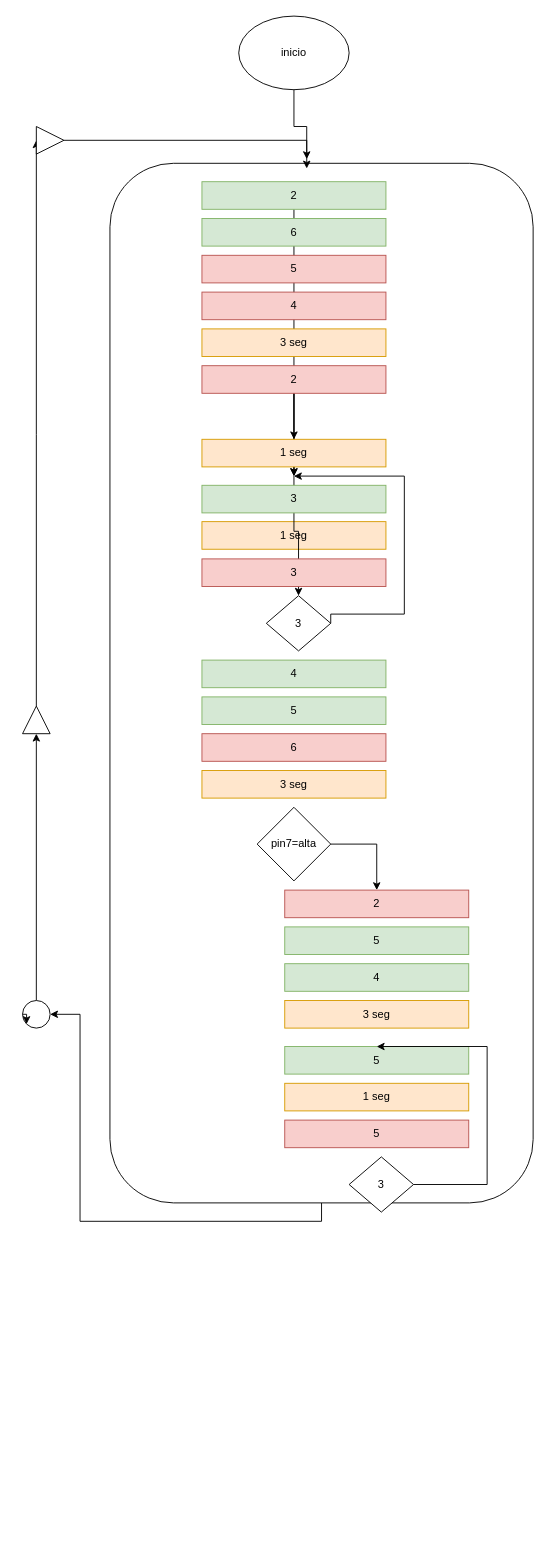
The draw.io diagram trabajo3.drawio in ebruschi/Abi, before the edit. Source tidied: cells renumbered, new cells numbered last; positions are measured from the earlier drawing's top-left corner, leaving out a move shared by most shapes. Both pictures are drawn from the tidied source at 92%, with x=0, y=0 at pixel (22, 16).
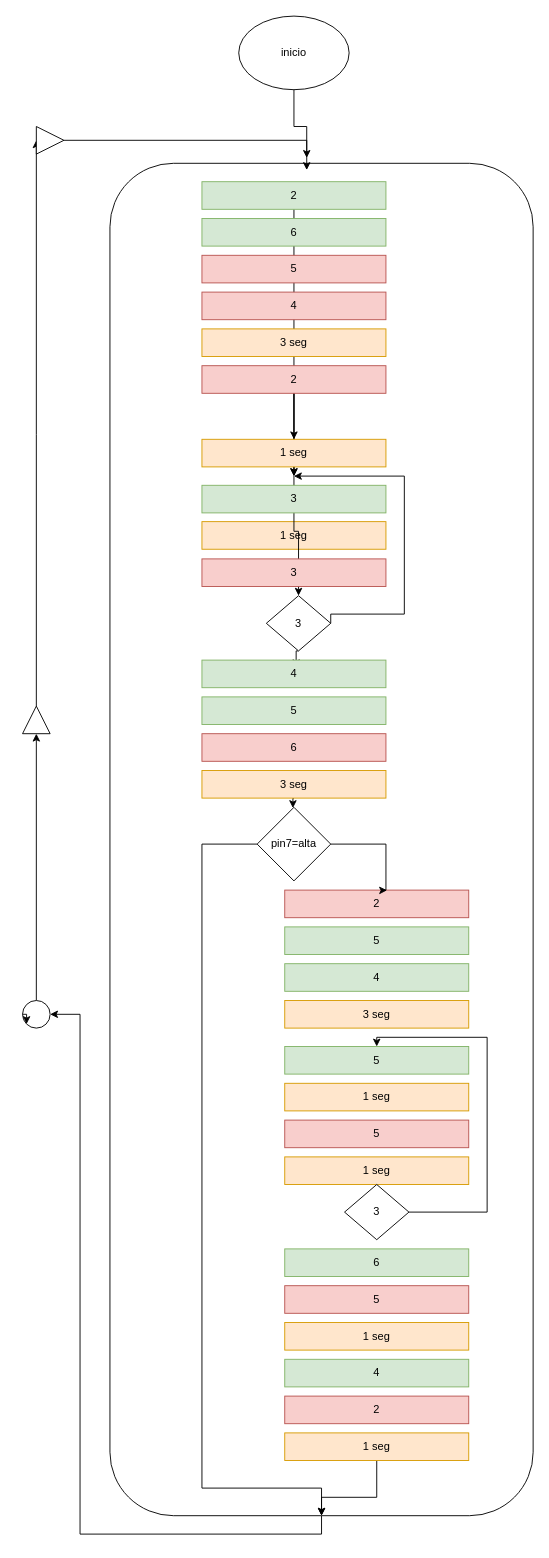
After the change.

Unchanged cells that the change refers to:
```xml
<mxCell id="22" value="3" style="rhombus;whiteSpace=wrap;html=1;" parent="1" vertex="1">
  <mxGeometry x="265" y="630" width="70" height="60" as="geometry" />
</mxCell>
<mxCell id="32" value="3 seg" style="rounded=0;whiteSpace=wrap;html=1;fillColor=#ffe6cc;strokeColor=#d79b00;" parent="1" vertex="1">
  <mxGeometry x="195" y="820" width="200" height="30" as="geometry" />
</mxCell>
<mxCell id="34" value="pin7=alta" style="rhombus;whiteSpace=wrap;html=1;" parent="1" vertex="1">
  <mxGeometry x="255" y="860" width="80" height="80" as="geometry" />
</mxCell>
<mxCell id="35" value="2" style="rounded=0;whiteSpace=wrap;html=1;fillColor=#f8cecc;strokeColor=#b85450;" parent="1" vertex="1">
  <mxGeometry x="285" y="950" width="200" height="30" as="geometry" />
</mxCell>
```

What changed in the source:
```diff
@@
     <mxCell id="4" style="rounded=1;whiteSpace=wrap;html=1;" parent="1" vertex="1">
-      <mxGeometry x="95" y="160" width="460" height="1130" as="geometry" />
+      <mxGeometry x="95" y="160" width="460" height="1470" as="geometry" />
     </mxCell>
@@
+    <mxCell id="44" style="edgeStyle=orthogonalEdgeStyle;rounded=0;jettySize=auto;html=1;exitX=0.5;exitY=1;exitDx=0;exitDy=0;" parent="1" edge="1" source="22">
+      <mxGeometry relative="1" as="geometry">
+        <mxPoint x="297.4" y="707.8" as="targetPoint" />
+      </mxGeometry>
+    </mxCell>
@@
+    <mxCell id="45" style="edgeStyle=orthogonalEdgeStyle;rounded=0;jettySize=auto;html=1;exitX=0.5;exitY=1;exitDx=0;exitDy=0;" parent="1" edge="1" source="32">
+      <mxGeometry relative="1" as="geometry">
+        <mxPoint x="293.9" y="860.8" as="targetPoint" />
+      </mxGeometry>
+    </mxCell>
@@
-    <mxCell id="33" style="edgeStyle=orthogonalEdgeStyle;rounded=0;jettySize=auto;html=1;exitX=1;exitY=0.5;exitDx=0;exitDy=0;exitPerimeter=0;" parent="1" edge="1" source="34" target="35">
-      <mxGeometry relative="1" as="geometry">
-        <Array as="points">
-          <mxPoint x="385" y="900" />
-        </Array>
-      </mxGeometry>
-    </mxCell>
+    <mxCell id="46" style="edgeStyle=orthogonalEdgeStyle;rounded=0;jettySize=auto;html=1;entryX=0.5;entryY=1;entryDx=0;entryDy=0;" parent="1" edge="1" source="34" target="4">
+      <mxGeometry relative="1" as="geometry">
+        <Array as="points">
+          <mxPoint x="195" y="900" />
+          <mxPoint x="195" y="1600" />
+          <mxPoint x="325" y="1600" />
+        </Array>
+      </mxGeometry>
+    </mxCell>
@@
-    <mxCell id="39" value="3" style="rhombus;whiteSpace=wrap;html=1;" parent="1" vertex="1">
-      <mxGeometry x="355" y="1240" width="70" height="60" as="geometry" />
-    </mxCell>
@@
     <mxCell id="43" style="edgeStyle=orthogonalEdgeStyle;rounded=0;jettySize=auto;html=1;exitX=1;exitY=0.5;exitDx=0;exitDy=0;" parent="1" edge="1" source="39">
       <mxGeometry relative="1" as="geometry">
         <mxPoint x="385" y="1120" as="targetPoint" />
         <Array as="points">
-          <mxPoint x="505" y="1270" />
-          <mxPoint x="505" y="1120" />
+          <mxPoint x="505" y="1300" />
+          <mxPoint x="505" y="1110" />
+          <mxPoint x="385" y="1110" />
         </Array>
       </mxGeometry>
     </mxCell>
+    <mxCell id="33" style="edgeStyle=orthogonalEdgeStyle;rounded=0;jettySize=auto;html=1;exitX=1;exitY=0.5;exitDx=0;exitDy=0;entryX=0.556;entryY=0.006;entryDx=0;entryDy=0;entryPerimeter=0;" parent="1" edge="1" source="34" target="35">
+      <mxGeometry relative="1" as="geometry">
+        <Array as="points">
+          <mxPoint x="395" y="900" />
+          <mxPoint x="395" y="950" />
+        </Array>
+      </mxGeometry>
+    </mxCell>
+    <mxCell id="47" value="6" style="rounded=0;whiteSpace=wrap;html=1;fillColor=#d5e8d4;strokeColor=#82b366;" parent="1" vertex="1">
+      <mxGeometry x="285" y="1340" width="200" height="30" as="geometry" />
+    </mxCell>
+    <mxCell id="48" value="5" style="rounded=0;whiteSpace=wrap;html=1;fillColor=#f8cecc;strokeColor=#b85450;" parent="1" vertex="1">
+      <mxGeometry x="285" y="1380" width="200" height="30" as="geometry" />
+    </mxCell>
+    <mxCell id="49" value="1 seg" style="rounded=0;whiteSpace=wrap;html=1;fillColor=#ffe6cc;strokeColor=#d79b00;" parent="1" vertex="1">
+      <mxGeometry x="285" y="1420" width="200" height="30" as="geometry" />
+    </mxCell>
+    <mxCell id="50" value="1 seg" style="rounded=0;whiteSpace=wrap;html=1;fillColor=#ffe6cc;strokeColor=#d79b00;" parent="1" vertex="1">
+      <mxGeometry x="285" y="1240" width="200" height="30" as="geometry" />
+    </mxCell>
+    <mxCell id="51" value="4" style="rounded=0;whiteSpace=wrap;html=1;fillColor=#d5e8d4;strokeColor=#82b366;" parent="1" vertex="1">
+      <mxGeometry x="285" y="1460" width="200" height="30" as="geometry" />
+    </mxCell>
+    <mxCell id="52" value="2" style="rounded=0;whiteSpace=wrap;html=1;fillColor=#f8cecc;strokeColor=#b85450;" parent="1" vertex="1">
+      <mxGeometry x="285" y="1500" width="200" height="30" as="geometry" />
+    </mxCell>
+    <mxCell id="53" style="edgeStyle=orthogonalEdgeStyle;rounded=0;jettySize=auto;html=1;entryX=0.5;entryY=1;entryDx=0;entryDy=0;" parent="1" edge="1" source="54" target="4">
+      <mxGeometry relative="1" as="geometry">
+        <Array as="points">
+          <mxPoint x="385" y="1610" />
+          <mxPoint x="325" y="1610" />
+        </Array>
+      </mxGeometry>
+    </mxCell>
+    <mxCell id="54" value="1 seg" style="rounded=0;whiteSpace=wrap;html=1;fillColor=#ffe6cc;strokeColor=#d79b00;" parent="1" vertex="1">
+      <mxGeometry x="285" y="1540" width="200" height="30" as="geometry" />
+    </mxCell>
+    <mxCell id="39" value="3" style="rhombus;whiteSpace=wrap;html=1;" parent="1" vertex="1">
+      <mxGeometry x="350" y="1270" width="70" height="60" as="geometry" />
+    </mxCell>
```
